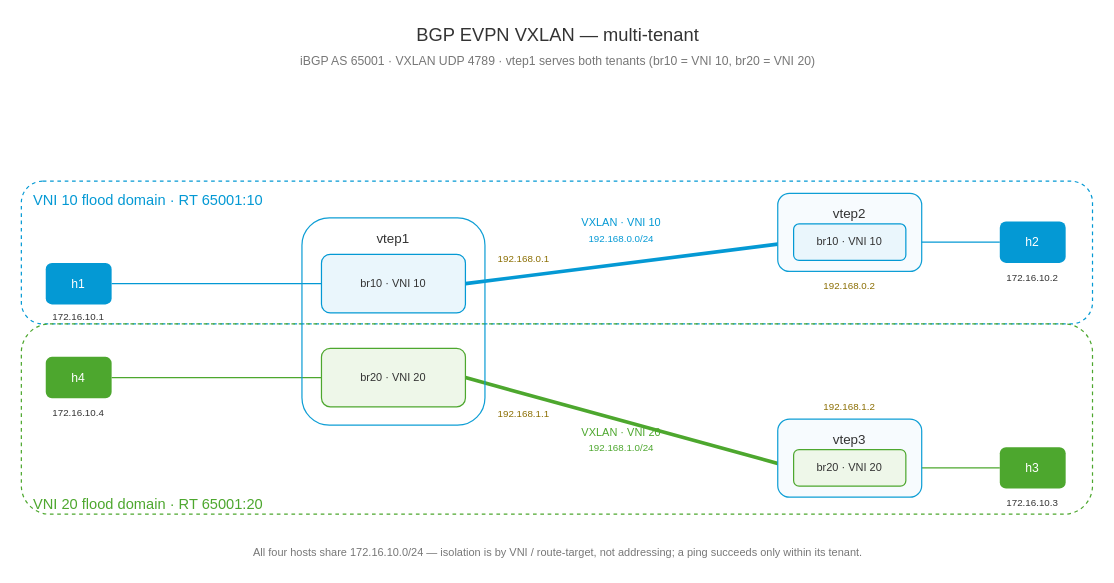
Before: playset/images/BgpEvpnVxlan4Multi.drawio in zebra-rs/zebra-rs, a draw.io diagram. Source tidied: cells renumbered, new cells numbered last; positions are measured from the earlier drawing's top-left corner, leaving out a move shared by most shapes. Both pictures are drawn from the tidied source at 122%, with x=0, y=0 at pixel (21, 21).
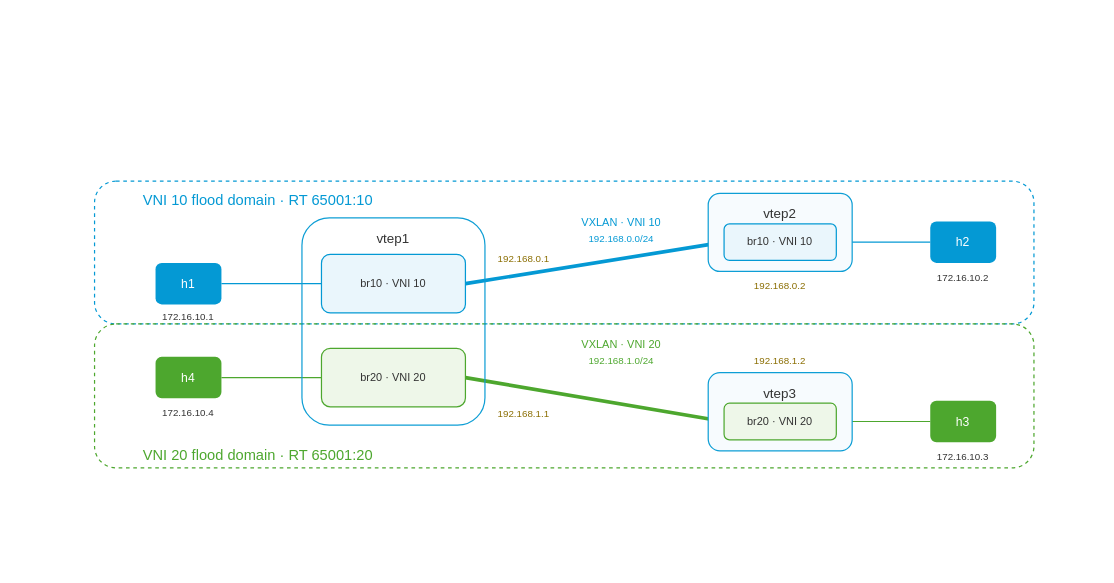
The same page after the edit.

What changed in the source:
```diff
@@
+    <mxCell id="38" style="rounded=0;whiteSpace=wrap;html=1;strokeColor=none;" parent="1" vertex="1">
+      <mxGeometry x="30" y="106" width="830" height="280" as="geometry" />
+    </mxCell>
     <mxCell id="2" style="rounded=1;whiteSpace=wrap;html=1;fillColor=none;dashed=1;strokeColor=#0499D4;" parent="1" vertex="1">
-      <mxGeometry y="131" width="878" height="117" as="geometry" />
+      <mxGeometry x="60" y="131" width="770" height="117" as="geometry" />
     </mxCell>
     <mxCell id="3" style="rounded=1;whiteSpace=wrap;html=1;fillColor=none;dashed=1;strokeColor=#4DA72E;" parent="1" vertex="1">
-      <mxGeometry y="248" width="878" height="156" as="geometry" />
+      <mxGeometry x="60" y="248" width="770" height="118" as="geometry" />
     </mxCell>
-    <mxCell id="4" value="BGP EVPN VXLAN — multi-tenant" style="text;html=1;whiteSpace=wrap;strokeColor=none;fillColor=none;align=center;verticalAlign=middle;fontSize=15;fontColor=#333333;" parent="1" vertex="1">
-      <mxGeometry x="240" width="400" height="22" as="geometry" />
-    </mxCell>
-    <mxCell id="5" value="iBGP AS 65001 · VXLAN UDP 4789 · vtep1 serves both tenants (br10 = VNI 10, br20 = VNI 20)" style="text;html=1;whiteSpace=wrap;strokeColor=none;fillColor=none;align=center;verticalAlign=middle;fontSize=10;fontColor=#777777;" parent="1" vertex="1">
-      <mxGeometry x="130" y="24" width="620" height="16" as="geometry" />
-    </mxCell>
     <mxCell id="6" value="VNI 10 flood domain · RT 65001:10" style="text;html=1;whiteSpace=wrap;strokeColor=none;fillColor=none;align=left;verticalAlign=middle;fontSize=12;fontColor=#0499D4;" parent="1" vertex="1">
-      <mxGeometry x="8" y="138" width="300" height="18" as="geometry" />
+      <mxGeometry x="98" y="138" width="300" height="18" as="geometry" />
     </mxCell>
     <mxCell id="7" value="VNI 20 flood domain · RT 65001:20" style="text;html=1;whiteSpace=wrap;strokeColor=none;fillColor=none;align=left;verticalAlign=middle;fontSize=12;fontColor=#4DA72E;" parent="1" vertex="1">
-      <mxGeometry x="8" y="387" width="300" height="18" as="geometry" />
+      <mxGeometry x="98" y="347" width="300" height="18" as="geometry" />
     </mxCell>
@@
     <mxCell id="16" value="VXLAN · VNI 20" style="text;html=1;whiteSpace=wrap;strokeColor=none;fillColor=none;align=center;verticalAlign=middle;fontSize=9;fontColor=#4DA72E;" parent="1" vertex="1">
-      <mxGeometry x="432" y="330" width="120" height="14" as="geometry" />
+      <mxGeometry x="432" y="258" width="120" height="14" as="geometry" />
     </mxCell>
     <mxCell id="17" value="192.168.1.0/24" style="text;html=1;whiteSpace=wrap;strokeColor=none;fillColor=none;align=center;verticalAlign=middle;fontSize=8;fontColor=#4DA72E;" parent="1" vertex="1">
-      <mxGeometry x="432" y="344" width="120" height="12" as="geometry" />
+      <mxGeometry x="432" y="272" width="120" height="12" as="geometry" />
     </mxCell>
@@
     <mxCell id="19" value="vtep2" style="rounded=1;whiteSpace=wrap;html=1;fillColor=#F7FBFE;strokeColor=#0E9ED5;verticalAlign=top;spacingTop=4;fontSize=11;fontColor=#333333;" parent="1" vertex="1">
-      <mxGeometry x="620" y="141" width="118" height="64" as="geometry" />
+      <mxGeometry x="563" y="141" width="118" height="64" as="geometry" />
     </mxCell>
     <mxCell id="20" value="vtep3" style="rounded=1;whiteSpace=wrap;html=1;fillColor=#F7FBFE;strokeColor=#0E9ED5;verticalAlign=top;spacingTop=4;fontSize=11;fontColor=#333333;" parent="1" vertex="1">
-      <mxGeometry x="620" y="326" width="118" height="64" as="geometry" />
+      <mxGeometry x="563" y="288" width="118" height="64" as="geometry" />
     </mxCell>
@@
     <mxCell id="23" value="br10 · VNI 10" style="rounded=1;whiteSpace=wrap;html=1;fillColor=#EAF6FC;strokeColor=#0499D4;fontSize=9;fontColor=#333333;" parent="1" vertex="1">
-      <mxGeometry x="633" y="166" width="92" height="30" as="geometry" />
+      <mxGeometry x="576" y="166" width="92" height="30" as="geometry" />
     </mxCell>
     <mxCell id="24" value="br20 · VNI 20" style="rounded=1;whiteSpace=wrap;html=1;fillColor=#EEF7E9;strokeColor=#4DA72E;fontSize=9;fontColor=#333333;" parent="1" vertex="1">
-      <mxGeometry x="633" y="351" width="92" height="30" as="geometry" />
+      <mxGeometry x="576" y="313" width="92" height="30" as="geometry" />
     </mxCell>
     <mxCell id="25" value="h1" style="rounded=1;whiteSpace=wrap;html=1;fillColor=#0499D4;strokeColor=none;fontSize=10;fontColor=#FFFFFF;" parent="1" vertex="1">
-      <mxGeometry x="20" y="198" width="54" height="34" as="geometry" />
+      <mxGeometry x="110" y="198" width="54" height="34" as="geometry" />
     </mxCell>
     <mxCell id="26" value="h4" style="rounded=1;whiteSpace=wrap;html=1;fillColor=#4DA72E;strokeColor=none;fontSize=10;fontColor=#FFFFFF;" parent="1" vertex="1">
-      <mxGeometry x="20" y="275" width="54" height="34" as="geometry" />
+      <mxGeometry x="110" y="275" width="54" height="34" as="geometry" />
     </mxCell>
     <mxCell id="27" value="h2" style="rounded=1;whiteSpace=wrap;html=1;fillColor=#0499D4;strokeColor=none;fontSize=10;fontColor=#FFFFFF;" parent="1" vertex="1">
-      <mxGeometry x="802" y="164" width="54" height="34" as="geometry" />
+      <mxGeometry x="745" y="164" width="54" height="34" as="geometry" />
     </mxCell>
     <mxCell id="28" value="h3" style="rounded=1;whiteSpace=wrap;html=1;fillColor=#4DA72E;strokeColor=none;fontSize=10;fontColor=#FFFFFF;" parent="1" vertex="1">
-      <mxGeometry x="802" y="349" width="54" height="34" as="geometry" />
+      <mxGeometry x="745" y="311" width="54" height="34" as="geometry" />
     </mxCell>
     <mxCell id="29" value="172.16.10.1" style="text;html=1;whiteSpace=wrap;strokeColor=none;fillColor=none;align=center;verticalAlign=middle;fontSize=8;fontColor=#333333;" parent="1" vertex="1">
-      <mxGeometry x="2" y="236" width="90" height="12" as="geometry" />
+      <mxGeometry x="92" y="236" width="90" height="12" as="geometry" />
     </mxCell>
     <mxCell id="30" value="172.16.10.4" style="text;html=1;whiteSpace=wrap;strokeColor=none;fillColor=none;align=center;verticalAlign=middle;fontSize=8;fontColor=#333333;" parent="1" vertex="1">
-      <mxGeometry x="2" y="315" width="90" height="12" as="geometry" />
+      <mxGeometry x="92" y="315" width="90" height="12" as="geometry" />
     </mxCell>
     <mxCell id="31" value="172.16.10.2" style="text;html=1;whiteSpace=wrap;strokeColor=none;fillColor=none;align=center;verticalAlign=middle;fontSize=8;fontColor=#333333;" parent="1" vertex="1">
-      <mxGeometry x="784" y="204" width="90" height="12" as="geometry" />
+      <mxGeometry x="727" y="204" width="90" height="12" as="geometry" />
     </mxCell>
     <mxCell id="32" value="172.16.10.3" style="text;html=1;whiteSpace=wrap;strokeColor=none;fillColor=none;align=center;verticalAlign=middle;fontSize=8;fontColor=#333333;" parent="1" vertex="1">
-      <mxGeometry x="784" y="389" width="90" height="12" as="geometry" />
+      <mxGeometry x="727" y="351" width="90" height="12" as="geometry" />
     </mxCell>
@@
     <mxCell id="35" value="192.168.0.2" style="text;html=1;whiteSpace=wrap;strokeColor=none;fillColor=none;align=center;verticalAlign=middle;fontSize=8;fontColor=#8A6D00;" parent="1" vertex="1">
-      <mxGeometry x="634" y="211" width="90" height="12" as="geometry" />
+      <mxGeometry x="577" y="211" width="90" height="12" as="geometry" />
     </mxCell>
     <mxCell id="36" value="192.168.1.2" style="text;html=1;whiteSpace=wrap;strokeColor=none;fillColor=none;align=center;verticalAlign=middle;fontSize=8;fontColor=#8A6D00;" parent="1" vertex="1">
-      <mxGeometry x="634" y="310" width="90" height="12" as="geometry" />
+      <mxGeometry x="577" y="272" width="90" height="12" as="geometry" />
     </mxCell>
-    <mxCell id="37" value="All four hosts share 172.16.10.0/24 — isolation is by VNI / route-target, not addressing; a ping succeeds only within its tenant." style="text;html=1;whiteSpace=wrap;strokeColor=none;fillColor=none;align=center;verticalAlign=middle;fontSize=9;fontColor=#777777;" parent="1" vertex="1">
-      <mxGeometry x="60" y="428" width="760" height="16" as="geometry" />
-    </mxCell>
```
